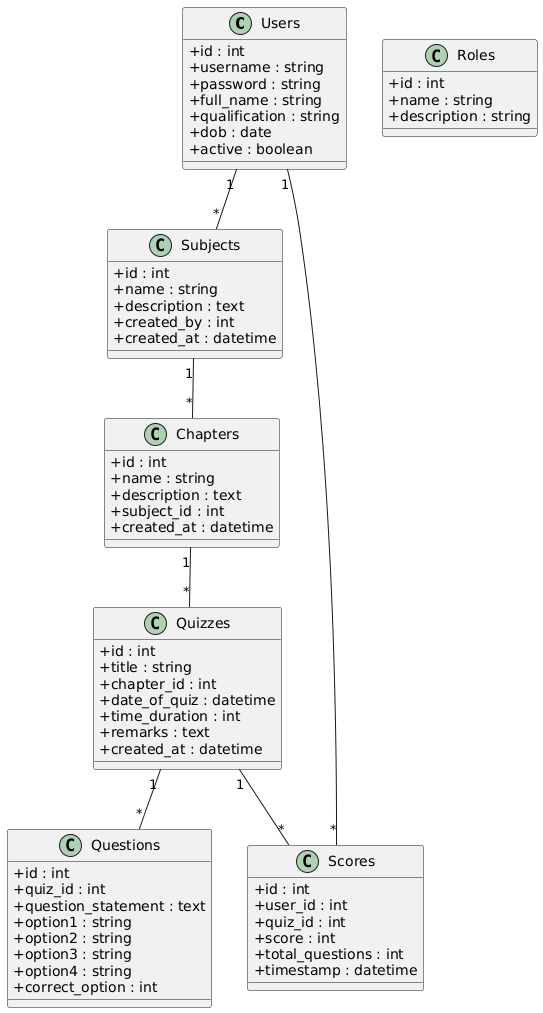
This is BACKEND/schema/schema.png from ArmanGrewal007/mibuto, a PlantUML export, as it was before one commit.
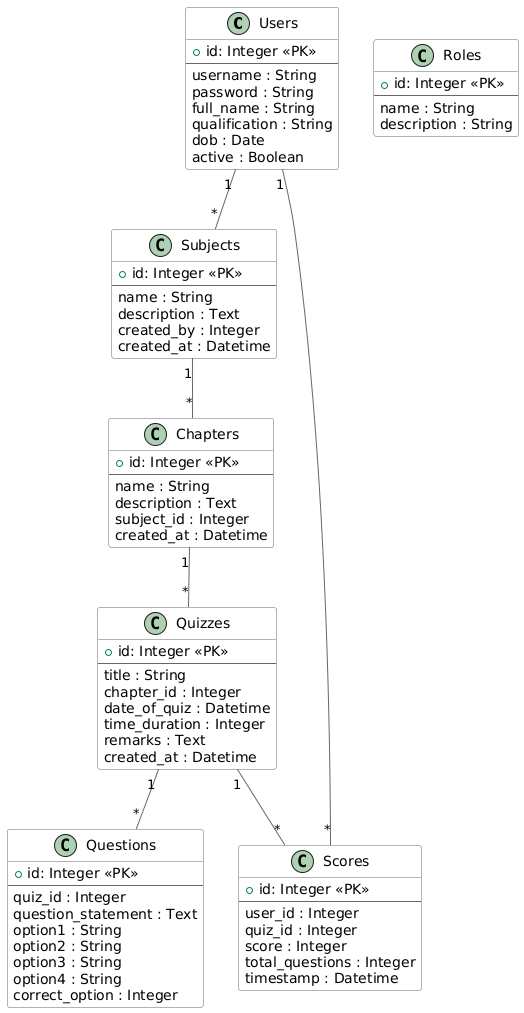
Above is the later version.

Commit message:
reformated schema

What changed in the source:
```diff
@@ -1,66 +1,77 @@
 @startuml
-skinparam classAttributeIconSize 0
+skinparam class {
+  BackgroundColor White
+  ArrowColor #666666
+  BorderColor #666666
+}
 
 class Users {
-  + id : int
-  + username : string
-  + password : string
-  + full_name : string
-  + qualification : string
-  + dob : date
-  + active : boolean
+  + id: Integer <<PK>>
+  --
+  username : String
+  password : String
+  full_name : String
+  qualification : String
+  dob : Date
+  active : Boolean
 }
 
 class Roles {
-  + id : int
-  + name : string
-  + description : string
+  + id: Integer <<PK>>
+  --
+  name : String
+  description : String
 }
 
 class Subjects {
-  + id : int
-  + name : string
-  + description : text
-  + created_by : int
-  + created_at : datetime
+  + id: Integer <<PK>>
+  --
+  name : String
+  description : Text
+  created_by : Integer
+  created_at : Datetime
 }
 
 class Chapters {
-  + id : int
-  + name : string
-  + description : text
-  + subject_id : int
-  + created_at : datetime
+  + id: Integer <<PK>>
+  --
+  name : String
+  description : Text
+  subject_id : Integer
+  created_at : Datetime
 }
 
 class Quizzes {
-  + id : int
-  + title : string
-  + chapter_id : int
-  + date_of_quiz : datetime
-  + time_duration : int
-  + remarks : text
-  + created_at : datetime
+  + id: Integer <<PK>>
+  --
+  title : String
+  chapter_id : Integer
+  date_of_quiz : Datetime
+  time_duration : Integer
+  remarks : Text
+  created_at : Datetime
 }
 
 class Questions {
-  + id : int
-  + quiz_id : int
-  + question_statement : text
-  + option1 : string
-  + option2 : string
-  + option3 : string
-  + option4 : string
-  + correct_option : int
+  + id: Integer <<PK>>
+  --
+  quiz_id : Integer
+  question_statement : Text
+  option1 : String
+  option2 : String
+  option3 : String
+  option4 : String
+  correct_option : Integer
 }
 
 class Scores {
-  + id : int
-  + user_id : int
-  + quiz_id : int
-  + score : int
-  + total_questions : int
-  + timestamp : datetime
+  + id: Integer <<PK>>
+  --
+  user_id : Integer
+  quiz_id : Integer
+  score : Integer
+  total_questions : Integer
+  timestamp : Datetime
 }
 
 Users "1" -- "*" Scores
```
